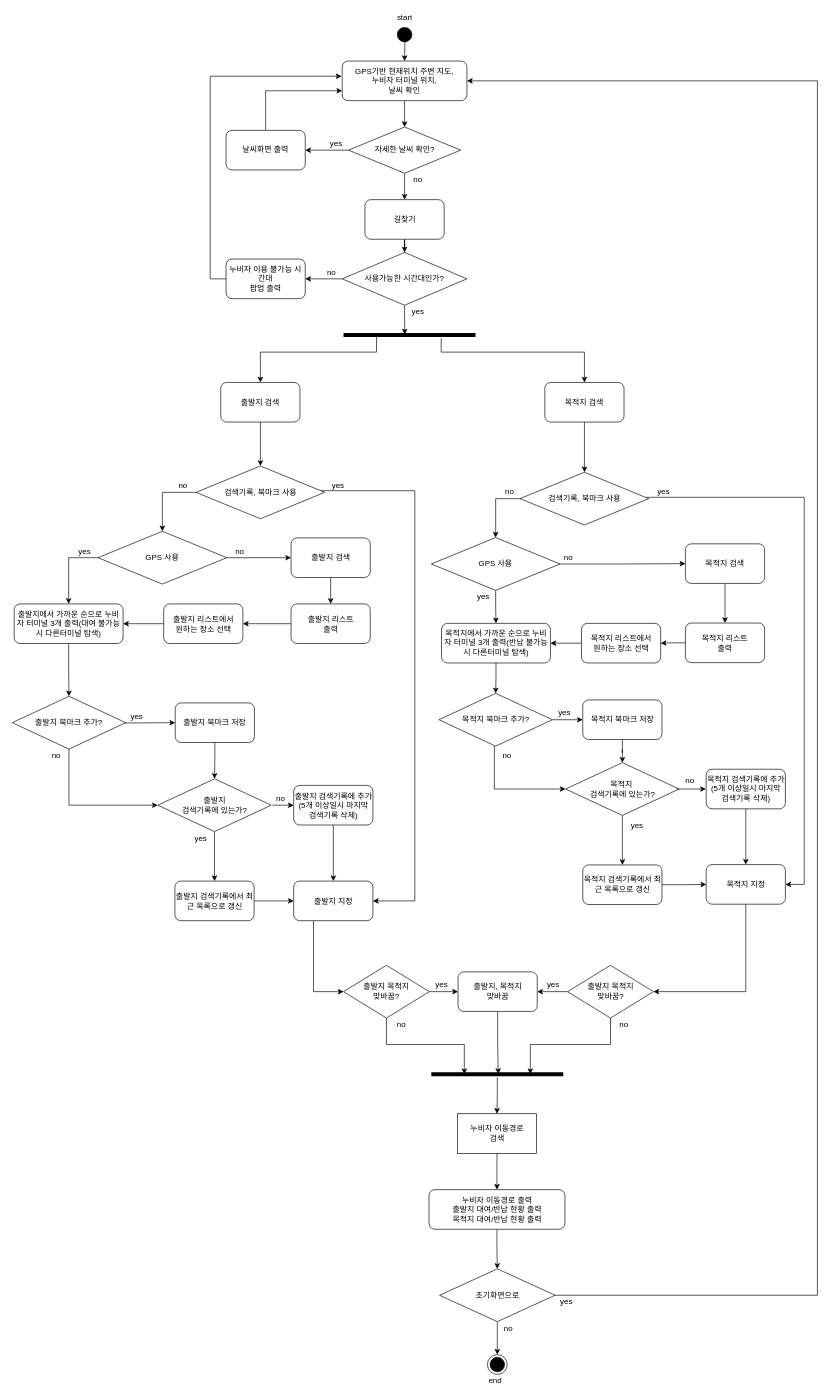
The draw.io diagram 2nd_homework/activity_diagram/activity_diagram.drawio in chisacam/CWNU19SE_2B, before the edit. Source tidied: cells renumbered, new cells numbered last; positions are measured from the earlier drawing's top-left corner, leaving out a move shared by most shapes. Both pictures are drawn from the tidied source at 66%, with x=0, y=0 at pixel (12, 11).
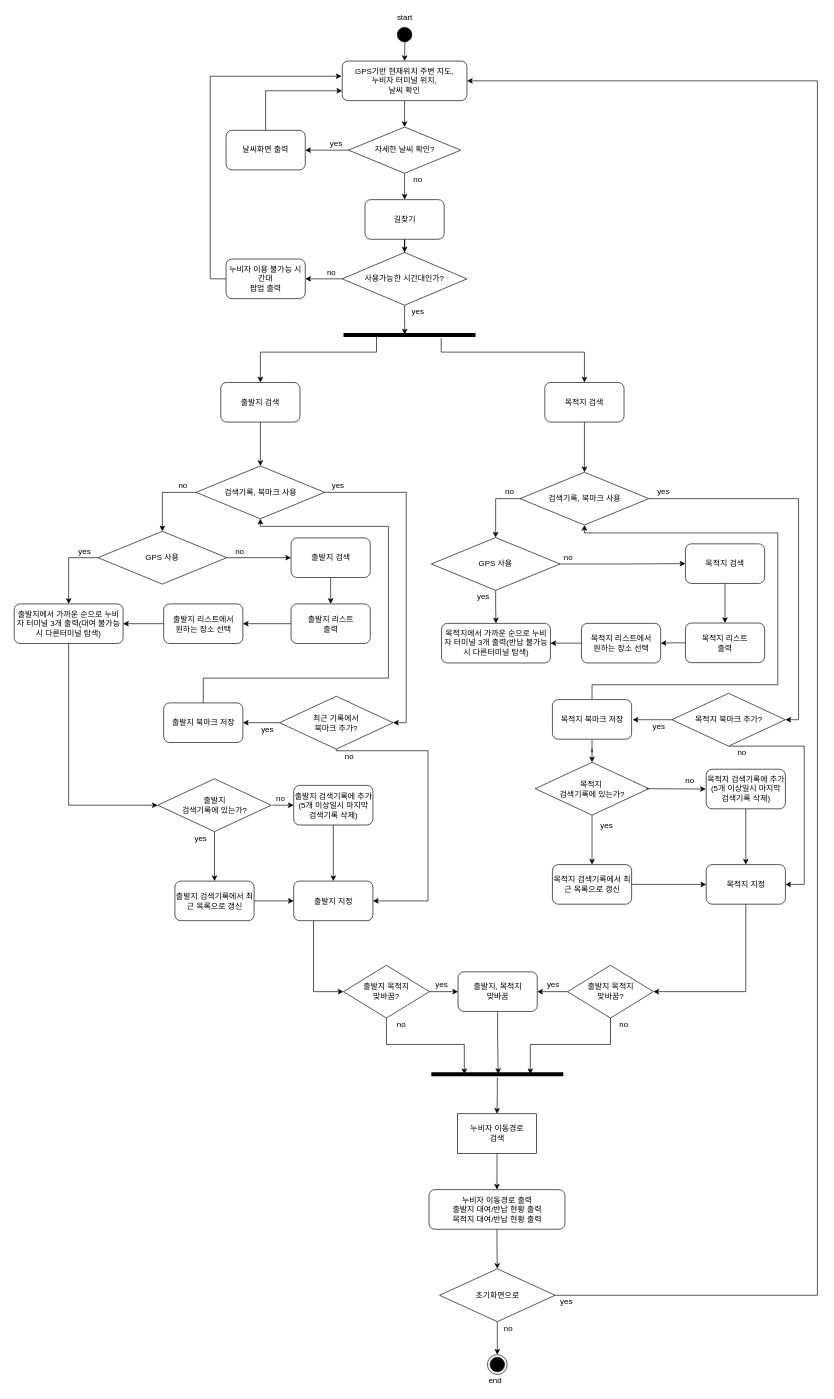
After the change.

Commit message (it also covers changes not shown here):
파일정리 및 액티비티 다이어그램 재수정

Unchanged cells that the change refers to:
```xml
<mxCell id="17" value="검색기록, 북마크 사용" style="rhombus;whiteSpace=wrap;html=1;" parent="1" vertex="1">
  <mxGeometry x="278.5" y="688.5" width="195" height="80" as="geometry" />
</mxCell>
<mxCell id="28" value="출발지에서 가까운 순으로 누비자 터미널 3개 출력(대여 불가능 시 다른터미널 탐색)" style="rounded=1;whiteSpace=wrap;html=1;" parent="1" vertex="1">
  <mxGeometry x="3" y="897.5" width="165" height="60" as="geometry" />
</mxCell>
<mxCell id="30" value="출발지 &lt;br&gt;검색기록에 있는가?" style="rhombus;whiteSpace=wrap;html=1;" parent="1" vertex="1">
  <mxGeometry x="220.5" y="1162.5" width="172" height="80" as="geometry" />
</mxCell>
<mxCell id="45" value="출발지 지정" style="rounded=1;whiteSpace=wrap;html=1;strokeColor=#000000;" parent="1" vertex="1">
  <mxGeometry x="426.5" y="1317.5" width="120" height="60" as="geometry" />
</mxCell>
<mxCell id="48" value="검색기록, 북마크 사용" style="rhombus;whiteSpace=wrap;html=1;" parent="1" vertex="1">
  <mxGeometry x="769.5" y="698" width="195" height="80" as="geometry" />
</mxCell>
<mxCell id="54" value="목적지에서 가까운 순으로 누비자 터미널 3개 출력(반납 불가능 시 다른터미널 탐색)" style="rounded=1;whiteSpace=wrap;html=1;" parent="1" vertex="1">
  <mxGeometry x="650.5" y="927" width="165" height="60" as="geometry" />
</mxCell>
<mxCell id="70" value="목적지 지정" style="rounded=1;whiteSpace=wrap;html=1;strokeColor=#000000;" parent="1" vertex="1">
  <mxGeometry x="1051.5" y="1292.5" width="120" height="60" as="geometry" />
</mxCell>
```

Diff of the diagram source:
```diff
@@
-    <mxCell id="16" style="edgeStyle=orthogonalEdgeStyle;rounded=0;jettySize=auto;html=1;entryX=1;entryY=0.5;entryDx=0;entryDy=0;strokeColor=#000000;" parent="1" edge="1" source="17" target="45">
-      <mxGeometry relative="1" as="geometry">
-        <Array as="points">
-          <mxPoint x="610" y="726" />
-          <mxPoint x="610" y="1348" />
-        </Array>
-      </mxGeometry>
-    </mxCell>
+    <mxCell id="127" style="edgeStyle=orthogonalEdgeStyle;rounded=0;jettySize=auto;html=1;entryX=1;entryY=0.5;entryDx=0;entryDy=0;" parent="1" edge="1" source="17" target="136">
+      <mxGeometry relative="1" as="geometry">
+        <Array as="points">
+          <mxPoint x="597" y="729" />
+          <mxPoint x="597" y="1078" />
+        </Array>
+      </mxGeometry>
+    </mxCell>
@@
-    <mxCell id="27" style="edgeStyle=orthogonalEdgeStyle;rounded=0;jettySize=auto;html=1;entryX=0.5;entryY=0;entryDx=0;entryDy=0;" parent="1" edge="1" source="28" target="37">
-      <mxGeometry relative="1" as="geometry" />
-    </mxCell>
+    <mxCell id="128" style="edgeStyle=orthogonalEdgeStyle;rounded=0;jettySize=auto;html=1;entryX=0;entryY=0.5;entryDx=0;entryDy=0;" parent="1" edge="1" source="28" target="30">
+      <mxGeometry relative="1" as="geometry">
+        <Array as="points">
+          <mxPoint x="86" y="1203" />
+        </Array>
+      </mxGeometry>
+    </mxCell>
@@
-    <mxCell id="35" style="edgeStyle=orthogonalEdgeStyle;rounded=0;jettySize=auto;html=1;entryX=0;entryY=0.5;entryDx=0;entryDy=0;strokeColor=#000000;" parent="1" edge="1" target="41">
-      <mxGeometry relative="1" as="geometry">
-        <mxPoint x="6.1" y="1077.7" as="sourcePoint" />
-      </mxGeometry>
-    </mxCell>
-    <mxCell id="36" style="edgeStyle=orthogonalEdgeStyle;rounded=0;jettySize=auto;html=1;entryX=0;entryY=0.5;entryDx=0;entryDy=0;" parent="1" edge="1" source="37" target="30">
-      <mxGeometry relative="1" as="geometry">
-        <Array as="points">
-          <mxPoint x="86" y="1203" />
-        </Array>
-      </mxGeometry>
-    </mxCell>
-    <mxCell id="37" value="출발지 북마크 추가?" style="rhombus;whiteSpace=wrap;html=1;" parent="1" vertex="1">
-      <mxGeometry y="1037.5" width="172" height="80" as="geometry" />
-    </mxCell>
-    <mxCell id="38" value="no" style="text;html=1;strokeColor=none;fillColor=none;align=center;verticalAlign=middle;whiteSpace=wrap;rounded=0;" parent="1" vertex="1">
-      <mxGeometry x="46.5" y="1117.5" width="40" height="20" as="geometry" />
-    </mxCell>
-    <mxCell id="39" value="yes" style="text;html=1;strokeColor=none;fillColor=none;align=center;verticalAlign=middle;whiteSpace=wrap;rounded=0;" parent="1" vertex="1">
-      <mxGeometry x="169" y="1057.5" width="40" height="20" as="geometry" />
-    </mxCell>
-    <mxCell id="40" style="edgeStyle=orthogonalEdgeStyle;rounded=0;jettySize=auto;html=1;entryX=0.5;entryY=0;entryDx=0;entryDy=0;strokeColor=#000000;" parent="1" edge="1" source="41" target="30">
-      <mxGeometry relative="1" as="geometry" />
-    </mxCell>
+    <mxCell id="129" style="edgeStyle=orthogonalEdgeStyle;rounded=0;jettySize=auto;html=1;entryX=0.5;entryY=1;entryDx=0;entryDy=0;" parent="1" edge="1" source="41" target="17">
+      <mxGeometry relative="1" as="geometry">
+        <Array as="points">
+          <mxPoint x="290" y="1010" />
+          <mxPoint x="570" y="1010" />
+          <mxPoint x="570" y="780" />
+          <mxPoint x="376" y="780" />
+        </Array>
+      </mxGeometry>
+    </mxCell>
     <mxCell id="41" value="출발지 북마크 저장" style="rounded=1;whiteSpace=wrap;html=1;" parent="1" vertex="1">
-      <mxGeometry x="247" y="1047.5" width="120" height="60" as="geometry" />
+      <mxGeometry x="229.5" y="1047.5" width="120" height="60" as="geometry" />
     </mxCell>
@@
-    <mxCell id="46" style="edgeStyle=orthogonalEdgeStyle;rounded=0;jettySize=auto;html=1;entryX=1;entryY=0.5;entryDx=0;entryDy=0;strokeColor=#000000;" parent="1" edge="1" source="48" target="70">
-      <mxGeometry relative="1" as="geometry">
-        <Array as="points">
-          <mxPoint x="1200" y="736" />
-          <mxPoint x="1200" y="1323" />
-        </Array>
-      </mxGeometry>
-    </mxCell>
@@
+    <mxCell id="130" style="edgeStyle=orthogonalEdgeStyle;rounded=0;jettySize=auto;html=1;entryX=1;entryY=0.5;entryDx=0;entryDy=0;" parent="1" edge="1" source="48" target="63">
+      <mxGeometry relative="1" as="geometry" />
+    </mxCell>
@@
-    <mxCell id="53" style="edgeStyle=orthogonalEdgeStyle;rounded=0;jettySize=auto;html=1;entryX=0.5;entryY=0;entryDx=0;entryDy=0;" parent="1" edge="1" source="54" target="63">
-      <mxGeometry relative="1" as="geometry" />
-    </mxCell>
@@
     <mxCell id="56" value="목적지&amp;nbsp;&lt;br&gt;검색기록에 있는가?" style="rhombus;whiteSpace=wrap;html=1;" parent="1" vertex="1">
-      <mxGeometry x="838.5" y="1138" width="172" height="80" as="geometry" />
+      <mxGeometry x="792.5" y="1137.5" width="172" height="80" as="geometry" />
     </mxCell>
@@
-    <mxCell id="61" style="edgeStyle=orthogonalEdgeStyle;rounded=0;jettySize=auto;html=1;entryX=0;entryY=0.5;entryDx=0;entryDy=0;strokeColor=#000000;" parent="1" edge="1" source="63" target="66">
-      <mxGeometry relative="1" as="geometry" />
-    </mxCell>
-    <mxCell id="62" style="edgeStyle=orthogonalEdgeStyle;rounded=0;jettySize=auto;html=1;entryX=0;entryY=0.5;entryDx=0;entryDy=0;strokeColor=#000000;" parent="1" edge="1" source="63" target="56">
-      <mxGeometry relative="1" as="geometry">
-        <Array as="points">
-          <mxPoint x="730.5" y="1178" />
-        </Array>
-      </mxGeometry>
-    </mxCell>
+    <mxCell id="131" style="edgeStyle=orthogonalEdgeStyle;rounded=0;jettySize=auto;html=1;" parent="1" edge="1" source="63">
+      <mxGeometry relative="1" as="geometry">
+        <mxPoint x="940" y="1073" as="targetPoint" />
+      </mxGeometry>
+    </mxCell>
+    <mxCell id="132" style="edgeStyle=orthogonalEdgeStyle;rounded=0;jettySize=auto;html=1;entryX=1;entryY=0.5;entryDx=0;entryDy=0;" parent="1" edge="1" source="63" target="70">
+      <mxGeometry relative="1" as="geometry">
+        <Array as="points">
+          <mxPoint x="1200" y="1113" />
+          <mxPoint x="1200" y="1323" />
+        </Array>
+      </mxGeometry>
+    </mxCell>
     <mxCell id="63" value="목적지 북마크 추가?" style="rhombus;whiteSpace=wrap;html=1;" parent="1" vertex="1">
-      <mxGeometry x="646.5" y="1033" width="172" height="80" as="geometry" />
+      <mxGeometry x="999.5" y="1033" width="172" height="80" as="geometry" />
     </mxCell>
-    <mxCell id="64" value="yes" style="text;html=1;strokeColor=none;fillColor=none;align=center;verticalAlign=middle;whiteSpace=wrap;rounded=0;" parent="1" vertex="1">
-      <mxGeometry x="817" y="1053" width="40" height="20" as="geometry" />
-    </mxCell>
@@
+    <mxCell id="133" style="edgeStyle=orthogonalEdgeStyle;rounded=0;jettySize=auto;html=1;entryX=0.5;entryY=1;entryDx=0;entryDy=0;" parent="1" edge="1" source="66" target="48">
+      <mxGeometry relative="1" as="geometry">
+        <Array as="points">
+          <mxPoint x="879" y="1020" />
+          <mxPoint x="1160" y="1020" />
+          <mxPoint x="1160" y="790" />
+          <mxPoint x="867" y="790" />
+        </Array>
+      </mxGeometry>
+    </mxCell>
     <mxCell id="66" value="목적지 북마크 저장" style="rounded=1;whiteSpace=wrap;html=1;" parent="1" vertex="1">
-      <mxGeometry x="864.5" y="1043" width="120" height="60" as="geometry" />
+      <mxGeometry x="818.5" y="1042.5" width="120" height="60" as="geometry" />
     </mxCell>
@@
     <mxCell id="68" value="목적지 검색기록에서 최근 목록으로 갱신" style="rounded=1;whiteSpace=wrap;html=1;" parent="1" vertex="1">
-      <mxGeometry x="864.5" y="1293" width="120" height="60" as="geometry" />
+      <mxGeometry x="818.5" y="1292.5" width="120" height="60" as="geometry" />
     </mxCell>
@@
-    <mxCell id="117" value="no" style="text;html=1;strokeColor=none;fillColor=none;align=center;verticalAlign=middle;whiteSpace=wrap;rounded=0;" parent="1" vertex="1">
-      <mxGeometry x="729.5" y="1118" width="40" height="20" as="geometry" />
-    </mxCell>
@@
     <mxCell id="124" value="yes" style="text;html=1;strokeColor=none;fillColor=none;align=center;verticalAlign=middle;whiteSpace=wrap;rounded=0;" parent="1" vertex="1">
-      <mxGeometry x="927" y="1223.5" width="40" height="20" as="geometry" />
+      <mxGeometry x="881" y="1223" width="40" height="20" as="geometry" />
     </mxCell>
@@
+    <mxCell id="134" style="edgeStyle=orthogonalEdgeStyle;rounded=0;jettySize=auto;html=1;" parent="1" edge="1" source="136" target="41">
+      <mxGeometry relative="1" as="geometry" />
+    </mxCell>
+    <mxCell id="135" style="edgeStyle=orthogonalEdgeStyle;rounded=0;jettySize=auto;html=1;entryX=1;entryY=0.5;entryDx=0;entryDy=0;" parent="1" edge="1" source="136" target="45">
+      <mxGeometry relative="1" as="geometry">
+        <Array as="points">
+          <mxPoint x="491" y="1120" />
+          <mxPoint x="630" y="1120" />
+          <mxPoint x="630" y="1348" />
+        </Array>
+      </mxGeometry>
+    </mxCell>
+    <mxCell id="136" value="최근 기록에서&lt;br&gt;북마크 추가?" style="rhombus;whiteSpace=wrap;html=1;" parent="1" vertex="1">
+      <mxGeometry x="405" y="1037.5" width="172" height="80" as="geometry" />
+    </mxCell>
+    <mxCell id="137" value="yes" style="text;html=1;strokeColor=none;fillColor=none;align=center;verticalAlign=middle;whiteSpace=wrap;rounded=0;" parent="1" vertex="1">
+      <mxGeometry x="366.5" y="1077.5" width="40" height="20" as="geometry" />
+    </mxCell>
+    <mxCell id="138" value="no" style="text;html=1;strokeColor=none;fillColor=none;align=center;verticalAlign=middle;whiteSpace=wrap;rounded=0;" parent="1" vertex="1">
+      <mxGeometry x="491" y="1119" width="40" height="20" as="geometry" />
+    </mxCell>
+    <mxCell id="139" value="no" style="text;html=1;strokeColor=none;fillColor=none;align=center;verticalAlign=middle;whiteSpace=wrap;rounded=0;" parent="1" vertex="1">
+      <mxGeometry x="1085.5" y="1113" width="40" height="20" as="geometry" />
+    </mxCell>
+    <mxCell id="140" value="yes" style="text;html=1;strokeColor=none;fillColor=none;align=center;verticalAlign=middle;whiteSpace=wrap;rounded=0;" parent="1" vertex="1">
+      <mxGeometry x="959.5" y="1072.5" width="40" height="20" as="geometry" />
+    </mxCell>
```
